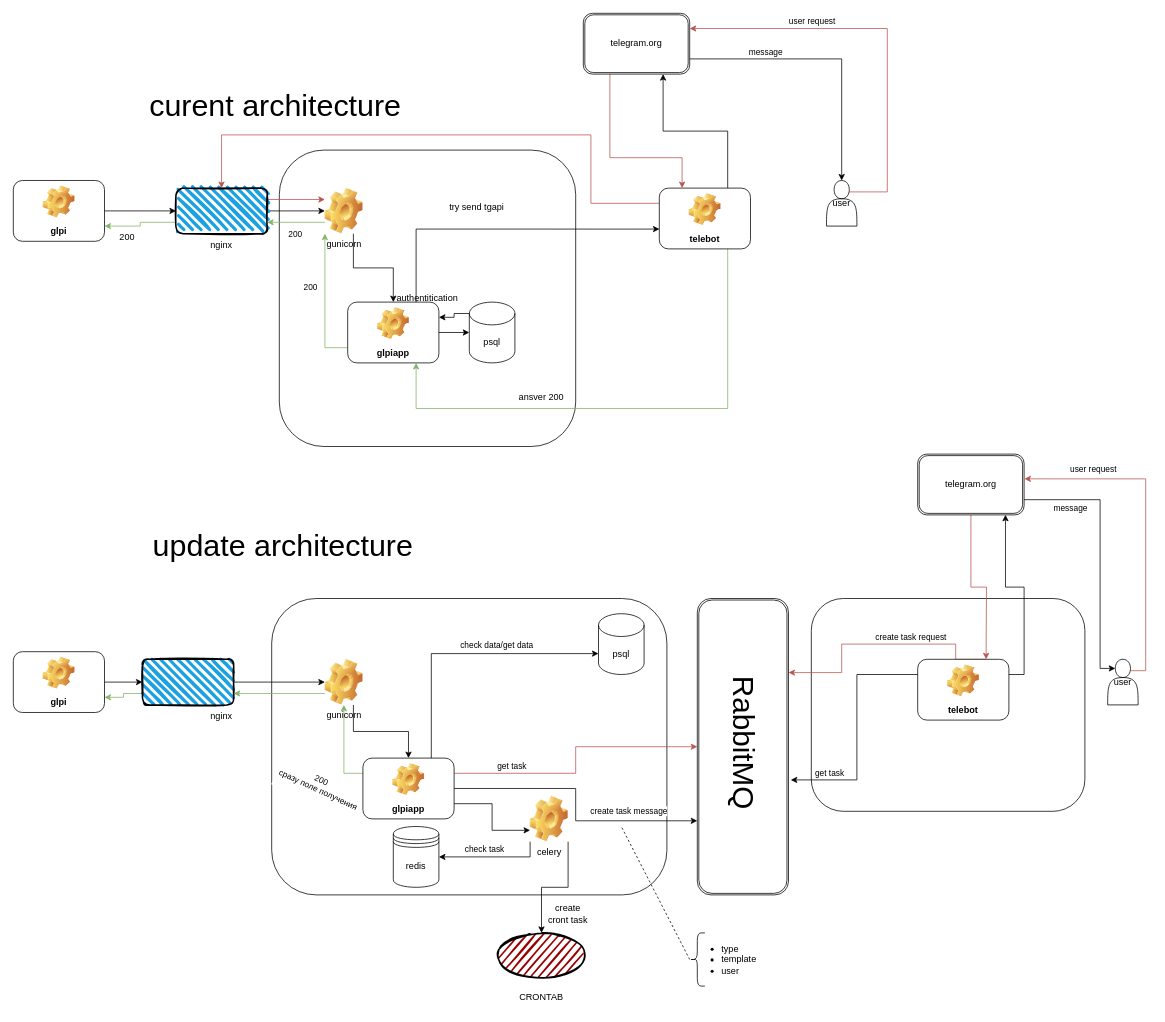
L1enSet/glpi_app keeps this draw.io diagram as update glpi dot apu.drawio. Above is the earlier version. Source tidied: cells renumbered, new cells numbered last; positions are measured from the earlier drawing's top-left corner, leaving out a move shared by most shapes. Both pictures are drawn from the tidied source at 76%, with x=0, y=0 at pixel (13, 13).
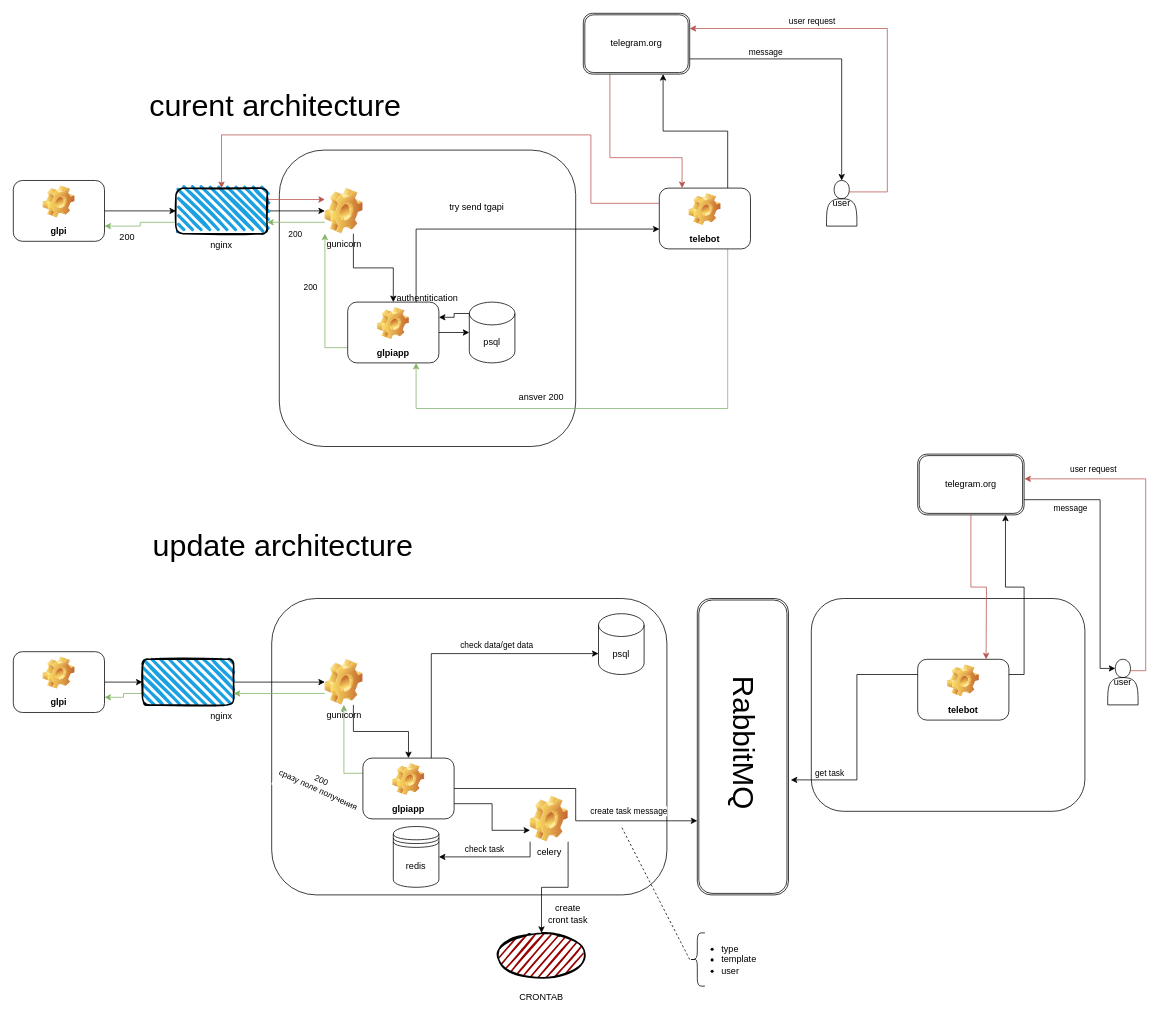
The same diagram, later.

Unchanged cells that the change refers to:
```xml
<mxCell id="40" value="glpiapp" style="label;whiteSpace=wrap;html=1;align=center;verticalAlign=bottom;spacingLeft=0;spacingBottom=4;imageAlign=center;imageVerticalAlign=top;image=img/clipart/Gear_128x128.png;" parent="1" vertex="1">
  <mxGeometry x="460" y="980" width="120" height="80" as="geometry" />
</mxCell>
<mxCell id="47" value="telebot" style="label;whiteSpace=wrap;html=1;align=center;verticalAlign=bottom;spacingLeft=0;spacingBottom=4;imageAlign=center;imageVerticalAlign=top;image=img/clipart/Gear_128x128.png;" parent="1" vertex="1">
  <mxGeometry x="1190" y="850" width="120" height="80" as="geometry" />
</mxCell>
<mxCell id="60" style="shape=ext;double=1;rounded=1;whiteSpace=wrap;html=1;" parent="1" vertex="1">
  <mxGeometry x="900" y="770" width="120" height="390" as="geometry" />
</mxCell>
```

What changed in the source:
```diff
@@
-    <mxCell id="38" style="edgeStyle=orthogonalEdgeStyle;rounded=0;jettySize=auto;html=1;exitX=1;exitY=0.25;exitDx=0;exitDy=0;fillColor=#f8cecc;strokeColor=#b85450;" parent="1" edge="1" source="40" target="60">
-      <mxGeometry relative="1" as="geometry" />
-    </mxCell>
-    <mxCell id="39" value="get task" style="edgeLabel;html=1;align=center;verticalAlign=middle;" parent="38" vertex="1">
-      <mxGeometry x="-0.6" y="3" relative="1" as="geometry">
-        <mxPoint x="4" y="-7" as="offset" />
-      </mxGeometry>
-    </mxCell>
@@
-    <mxCell id="45" style="edgeStyle=orthogonalEdgeStyle;rounded=0;jettySize=auto;html=1;exitX=0.75;exitY=0;exitDx=0;exitDy=0;entryX=1;entryY=0.25;entryDx=0;entryDy=0;fillColor=#f8cecc;strokeColor=#b85450;" parent="1" edge="1" source="47" target="60">
-      <mxGeometry relative="1" as="geometry">
-        <Array as="points">
-          <mxPoint x="1240" y="830" />
-          <mxPoint x="1090" y="830" />
-          <mxPoint x="1090" y="868" />
-        </Array>
-      </mxGeometry>
-    </mxCell>
-    <mxCell id="46" value="create task request" style="edgeLabel;html=1;align=center;verticalAlign=middle;" parent="45" vertex="1">
-      <mxGeometry relative="1" as="geometry">
-        <mxPoint x="39" y="-10" as="offset" />
-      </mxGeometry>
-    </mxCell>
```
